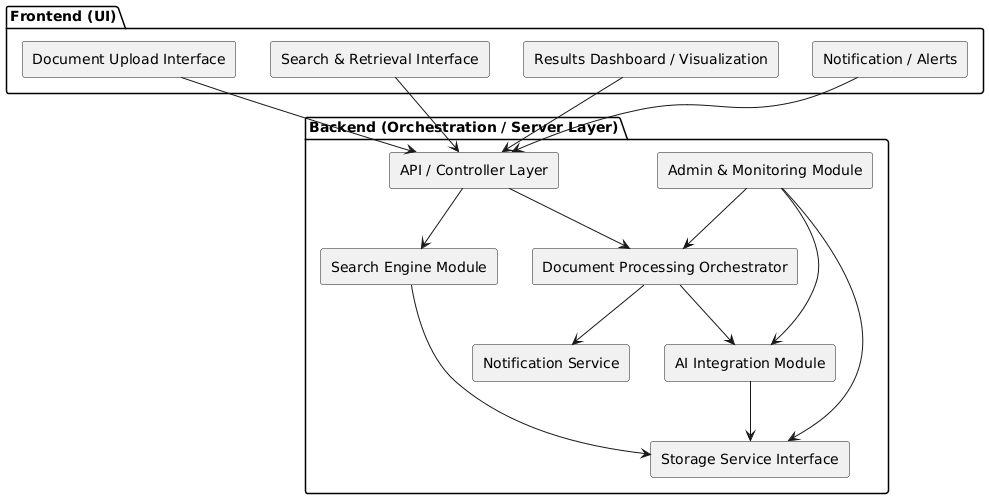
Before: images/component_diagram.png, a diagram exported from PlantUML (anilkalppallipulapra/AI-Document-Intelligence-Service). Its diagram source:
```plantuml
@startuml
skinparam componentStyle rectangle

package "Frontend (UI)" {
    [Document Upload Interface]
    [Search & Retrieval Interface]
    [Results Dashboard / Visualization]
    [Notification / Alerts]
}

package "Backend (Orchestration / Server Layer)" {
    [API / Controller Layer]
    [Document Processing Orchestrator]
    [AI Integration Module]
    [Storage Service Interface]
    [Search Engine Module]
    [Notification Service]
    [Admin & Monitoring Module]
}

[Document Upload Interface] --> [API / Controller Layer]
[Search & Retrieval Interface] --> [API / Controller Layer]
[Results Dashboard / Visualization] --> [API / Controller Layer]
[Notification / Alerts] --> [API / Controller Layer]

[API / Controller Layer] --> [Document Processing Orchestrator]
[Document Processing Orchestrator] --> [AI Integration Module]
[AI Integration Module] --> [Storage Service Interface]
[Document Processing Orchestrator] --> [Notification Service]

[API / Controller Layer] --> [Search Engine Module]
[Search Engine Module] --> [Storage Service Interface]

[Admin & Monitoring Module] --> [Document Processing Orchestrator]
[Admin & Monitoring Module] --> [AI Integration Module]
[Admin & Monitoring Module] --> [Storage Service Interface]
@enduml
```
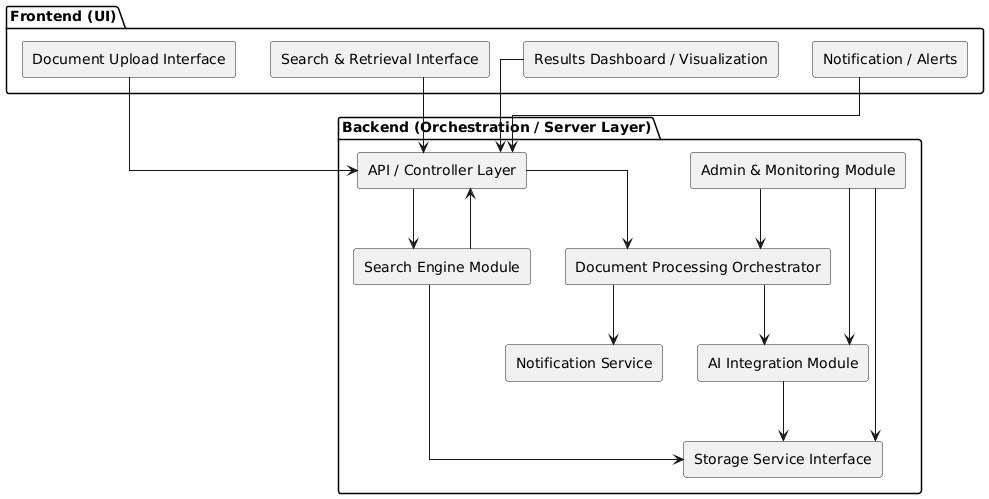
Above is the later version.

Commit message:
Add Component Diagram to HLD document

- Added final, corrected Component Diagram for AI-Powered Document Intelligence Service
- Generated image: component_diagram.png
- Embedded the image in the HLD Markdown document
- Ensures safe, error-free diagram generation and GitHub versioning

The edit, as a diff of the source:
```diff
@@ -1,37 +1,39 @@
 @startuml
 skinparam componentStyle rectangle
+skinparam linetype ortho
 
 package "Frontend (UI)" {
-    [Document Upload Interface]
-    [Search & Retrieval Interface]
-    [Results Dashboard / Visualization]
-    [Notification / Alerts]
+    [Document Upload Interface] as Upload
+    [Search & Retrieval Interface] as Search
+    [Results Dashboard / Visualization] as DashboardUI
+    [Notification / Alerts] as NotificationUI
 }
 
 package "Backend (Orchestration / Server Layer)" {
-    [API / Controller Layer]
-    [Document Processing Orchestrator]
-    [AI Integration Module]
-    [Storage Service Interface]
-    [Search Engine Module]
-    [Notification Service]
-    [Admin & Monitoring Module]
+    [API / Controller Layer] as API
+    [Document Processing Orchestrator] as Orchestrator
+    [AI Integration Module] as AI
+    [Storage Service Interface] as Storage
+    [Search Engine Module] as SearchEngine
+    [Notification Service] as NotifyService
+    [Admin & Monitoring Module] as AdminModule
 }
 
-[Document Upload Interface] --> [API / Controller Layer]
-[Search & Retrieval Interface] --> [API / Controller Layer]
-[Results Dashboard / Visualization] --> [API / Controller Layer]
-[Notification / Alerts] --> [API / Controller Layer]
+Upload --> API
+Search --> API
+DashboardUI --> API
+NotificationUI --> API
 
-[API / Controller Layer] --> [Document Processing Orchestrator]
-[Document Processing Orchestrator] --> [AI Integration Module]
-[AI Integration Module] --> [Storage Service Interface]
-[Document Processing Orchestrator] --> [Notification Service]
+API --> Orchestrator
+Orchestrator --> AI
+AI --> Storage
+Orchestrator --> NotifyService
 
-[API / Controller Layer] --> [Search Engine Module]
-[Search Engine Module] --> [Storage Service Interface]
+API --> SearchEngine
+SearchEngine --> Storage
+SearchEngine --> API
 
-[Admin & Monitoring Module] --> [Document Processing Orchestrator]
-[Admin & Monitoring Module] --> [AI Integration Module]
-[Admin & Monitoring Module] --> [Storage Service Interface]
+AdminModule --> Orchestrator
+AdminModule --> AI
+AdminModule --> Storage
 @enduml
```
